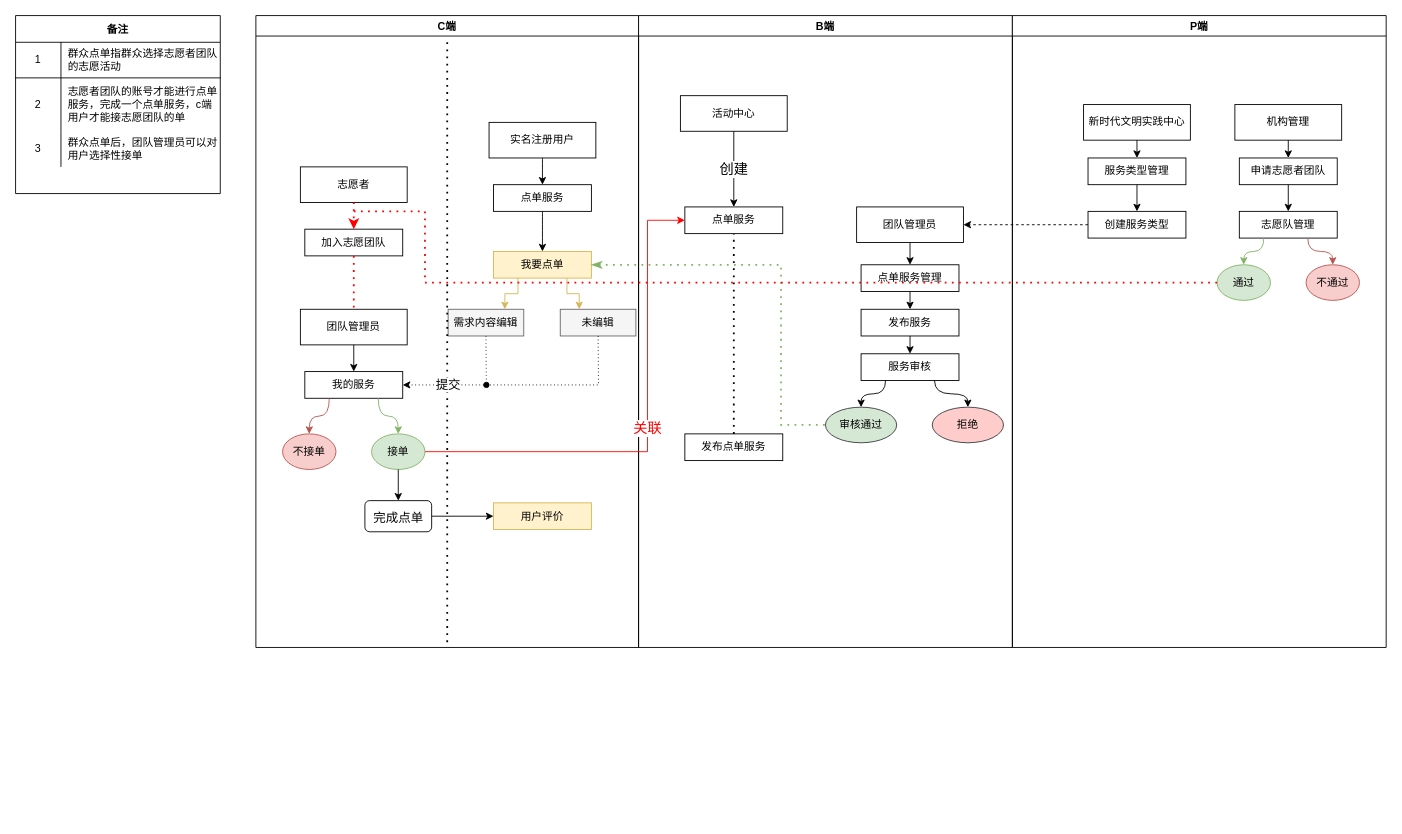
KZ137onethe/hello-world keeps this draw.io diagram as 未命名绘图.drawio. Above is the earlier version. Source tidied: cells renumbered, new cells numbered last; positions are measured from the earlier drawing's top-left corner, leaving out a move shared by most shapes. Both pictures are drawn from the tidied source at 89%, with x=0, y=0 at pixel (15, 15).
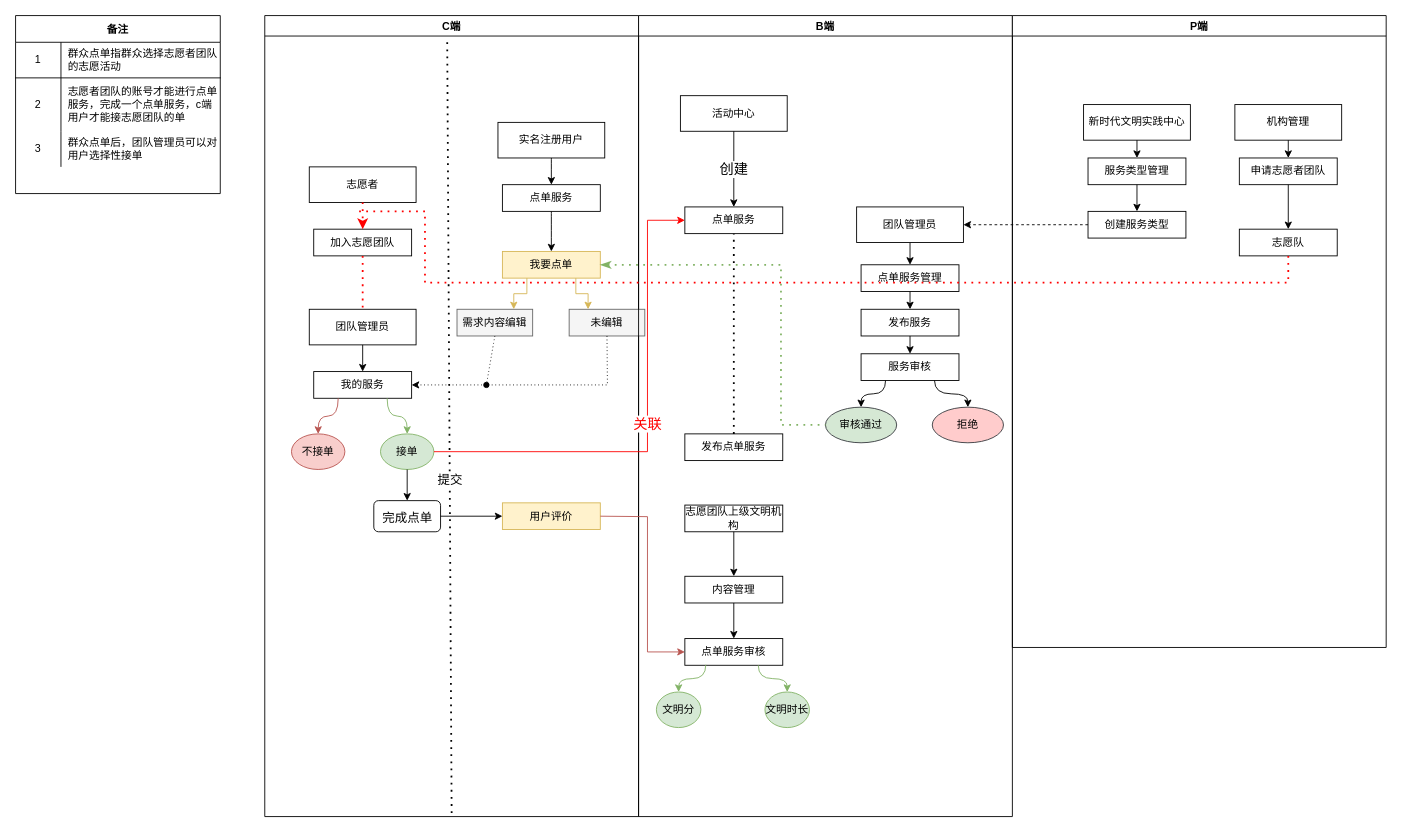
The same diagram, later.

Commit message (it also covers changes not shown here):
更新未命名绘图.drawio

The change refers to these unchanged cells:
```xml
<mxCell id="32" value="用户评价" style="rounded=0;whiteSpace=wrap;html=1;strokeColor=#d6b656;fillColor=#fff2cc;fontColor=default;" parent="12" vertex="1">
  <mxGeometry x="267" y="547.5" width="110" height="30" as="geometry" />
</mxCell>
<mxCell id="54" value="P端" style="swimlane;fontColor=default;strokeColor=default;fillColor=default;startSize=23;" parent="1" vertex="1">
  <mxGeometry x="1120" width="420" height="710" as="geometry" />
</mxCell>
<mxCell id="61" value="申请志愿者团队" style="rounded=0;whiteSpace=wrap;html=1;fontColor=default;strokeColor=default;fillColor=default;" parent="54" vertex="1">
  <mxGeometry x="255" y="160" width="110" height="30" as="geometry" />
</mxCell>
```

The edit, as a diff of the source:
```diff
@@
     <mxCell id="12" value="C端" style="swimlane;fontColor=default;strokeColor=default;fillColor=default;" parent="1" vertex="1">
-      <mxGeometry x="270" width="430" height="710" as="geometry" />
+      <mxGeometry x="280" width="420" height="900" as="geometry" />
     </mxCell>
@@
     <mxCell id="38" value="B端" style="swimlane;fontColor=default;strokeColor=default;fillColor=default;" parent="1" vertex="1">
-      <mxGeometry x="700" width="420" height="710" as="geometry" />
+      <mxGeometry x="700" width="420" height="900" as="geometry" />
     </mxCell>
@@
+    <mxCell id="77" value="志愿团队上级文明机构" style="rounded=0;whiteSpace=wrap;html=1;fontColor=default;strokeColor=default;fillColor=default;" parent="38" vertex="1">
+      <mxGeometry x="52" y="550" width="110" height="30" as="geometry" />
+    </mxCell>
+    <mxCell id="78" value="&lt;span style=&quot;font-weight: normal&quot;&gt;内容管理&lt;/span&gt;" style="rounded=0;whiteSpace=wrap;html=1;fontColor=default;strokeColor=default;fillColor=default;fontStyle=1;" parent="38" vertex="1">
+      <mxGeometry x="52" y="630" width="110" height="30" as="geometry" />
+    </mxCell>
+    <mxCell id="79" value="&lt;span style=&quot;font-weight: 400&quot;&gt;点单服务审核&lt;/span&gt;" style="rounded=0;whiteSpace=wrap;html=1;fontColor=default;strokeColor=default;fillColor=default;fontStyle=1;" parent="38" vertex="1">
+      <mxGeometry x="52" y="700" width="110" height="30" as="geometry" />
+    </mxCell>
+    <mxCell id="80" style="endArrow=classic;html=1;rounded=0;exitX=0.5;exitY=1;exitDx=0;exitDy=0;" parent="38" edge="1" source="77" target="78">
+      <mxGeometry relative="1" as="geometry" />
+    </mxCell>
+    <mxCell id="81" style="endArrow=classic;html=1;rounded=0;exitX=0.5;exitY=1;exitDx=0;exitDy=0;entryX=0.5;entryY=0;entryDx=0;entryDy=0;" parent="38" edge="1" source="78" target="79">
+      <mxGeometry relative="1" as="geometry" />
+    </mxCell>
+    <mxCell id="82" value="文明分" style="ellipse;whiteSpace=wrap;html=1;fillColor=#d5e8d4;strokeColor=#82b366;" parent="38" vertex="1">
+      <mxGeometry x="20" y="760" width="50" height="40" as="geometry" />
+    </mxCell>
+    <mxCell id="83" value="文明时长" style="ellipse;whiteSpace=wrap;html=1;fillColor=#d5e8d4;strokeColor=#82b366;" parent="38" vertex="1">
+      <mxGeometry x="142" y="760" width="50" height="40" as="geometry" />
+    </mxCell>
+    <mxCell id="84" style="endArrow=classic;html=1;rounded=0;exitX=0.214;exitY=0.983;exitDx=0;exitDy=0;exitPerimeter=0;entryX=0.5;entryY=0;entryDx=0;entryDy=0;edgeStyle=orthogonalEdgeStyle;curved=1;fillColor=#d5e8d4;strokeColor=#82b366;" parent="38" edge="1" source="79" target="82">
+      <mxGeometry relative="1" as="geometry" />
+    </mxCell>
+    <mxCell id="85" style="endArrow=classic;html=1;rounded=0;exitX=0.75;exitY=1;exitDx=0;exitDy=0;entryX=0.5;entryY=0;entryDx=0;entryDy=0;edgeStyle=orthogonalEdgeStyle;curved=1;fillColor=#d5e8d4;strokeColor=#82b366;" parent="38" edge="1" source="79" target="83">
+      <mxGeometry relative="1" as="geometry" />
+    </mxCell>
@@
-    <mxCell id="63" value="志愿队管理" style="rounded=0;whiteSpace=wrap;html=1;fontColor=default;strokeColor=default;fillColor=default;" parent="54" vertex="1">
-      <mxGeometry x="255" y="220" width="110" height="30" as="geometry" />
-    </mxCell>
-    <mxCell id="64" value="不通过" style="ellipse;whiteSpace=wrap;html=1;strokeColor=#b85450;fillColor=#f8cecc;fontColor=default;" parent="54" vertex="1">
-      <mxGeometry x="330" y="280" width="60" height="40" as="geometry" />
-    </mxCell>
-    <mxCell id="65" value="通过" style="ellipse;whiteSpace=wrap;html=1;strokeColor=#82b366;fillColor=#d5e8d4;fontColor=default;" parent="54" vertex="1">
-      <mxGeometry x="230" y="280" width="60" height="40" as="geometry" />
-    </mxCell>
-    <mxCell id="66" style="endArrow=classic;html=1;rounded=0;labelBackgroundColor=default;fontColor=default;strokeColor=#82b366;fillColor=#d5e8d4;exitX=0.25;exitY=1;exitDx=0;exitDy=0;entryX=0.5;entryY=0;entryDx=0;entryDy=0;edgeStyle=orthogonalEdgeStyle;curved=1;" parent="54" edge="1" source="63" target="65">
-      <mxGeometry relative="1" as="geometry" />
-    </mxCell>
-    <mxCell id="67" style="endArrow=classic;html=1;rounded=0;labelBackgroundColor=default;fontColor=default;strokeColor=#b85450;fillColor=#f8cecc;exitX=0.7;exitY=1.033;exitDx=0;exitDy=0;exitPerimeter=0;entryX=0.5;entryY=0;entryDx=0;entryDy=0;edgeStyle=orthogonalEdgeStyle;curved=1;" parent="54" edge="1" source="63" target="64">
-      <mxGeometry relative="1" as="geometry" />
-    </mxCell>
+    <mxCell id="86" value="志愿队" style="rounded=0;whiteSpace=wrap;html=1;fontColor=default;strokeColor=default;fillColor=default;" parent="54" vertex="1">
+      <mxGeometry x="255" y="240" width="110" height="30" as="geometry" />
+    </mxCell>
+    <mxCell id="76" style="endArrow=classic;html=1;rounded=0;exitX=0.5;exitY=1;exitDx=0;exitDy=0;strokeColor=default;labelBackgroundColor=default;fontColor=default;entryX=0.5;entryY=0;entryDx=0;entryDy=0;" parent="54" edge="1" source="61" target="86">
+      <mxGeometry relative="1" as="geometry" />
+    </mxCell>
@@
-    <mxCell id="75" style="endArrow=none;dashed=1;html=1;dashPattern=1 3;strokeWidth=2;rounded=0;labelBackgroundColor=default;fontSize=14;fontColor=default;fillColor=default;elbow=vertical;strokeColor=#FF0000;exitX=0;exitY=0.5;exitDx=0;exitDy=0;" parent="1" edge="1" source="65">
+    <mxCell id="75" style="endArrow=none;dashed=1;html=1;dashPattern=1 3;strokeWidth=2;rounded=0;labelBackgroundColor=default;fontSize=14;fontColor=default;fillColor=default;elbow=vertical;strokeColor=#FF0000;exitX=0.5;exitY=1;exitDx=0;exitDy=0;" parent="1" edge="1" source="86">
       <mxGeometry relative="1" as="geometry">
         <mxPoint x="380" y="220" as="targetPoint" />
         <Array as="points">
+          <mxPoint x="1430" y="300" />
           <mxPoint x="460" y="300" />
           <mxPoint x="460" y="220" />
         </Array>
       </mxGeometry>
     </mxCell>
-    <mxCell id="76" style="endArrow=classic;html=1;rounded=0;exitX=0.5;exitY=1;exitDx=0;exitDy=0;strokeColor=default;labelBackgroundColor=default;fontColor=default;" parent="1" edge="1" source="61">
-      <mxGeometry relative="1" as="geometry">
-        <mxPoint x="1430" y="220" as="targetPoint" />
-      </mxGeometry>
-    </mxCell>
+    <mxCell id="87" style="endArrow=classic;html=1;rounded=0;exitX=1;exitY=0.5;exitDx=0;exitDy=0;fillColor=#f8cecc;strokeColor=#b85450;entryX=0;entryY=0.5;entryDx=0;entryDy=0;" parent="1" edge="1" source="32" target="79">
+      <mxGeometry relative="1" as="geometry">
+        <Array as="points">
+          <mxPoint x="710" y="563" />
+          <mxPoint x="710" y="715" />
+        </Array>
+      </mxGeometry>
+    </mxCell>
```
